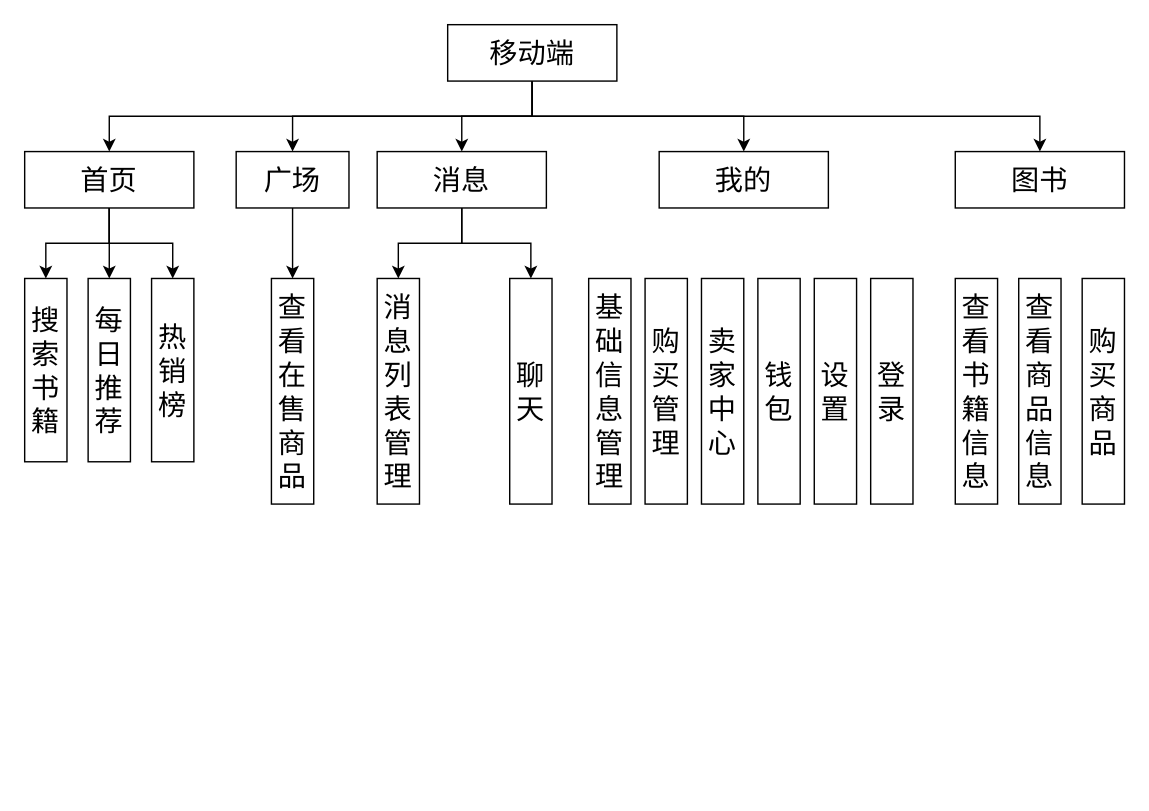
The draw.io diagram Untitled Diagram.drawio in ylsAbyss/Top_down, before the edit. Source tidied: cells renumbered, new cells numbered last; positions are measured from the earlier drawing's top-left corner, leaving out a move shared by most shapes. Both pictures are drawn from the tidied source at 141%, with x=0, y=0 at pixel (24, 24).
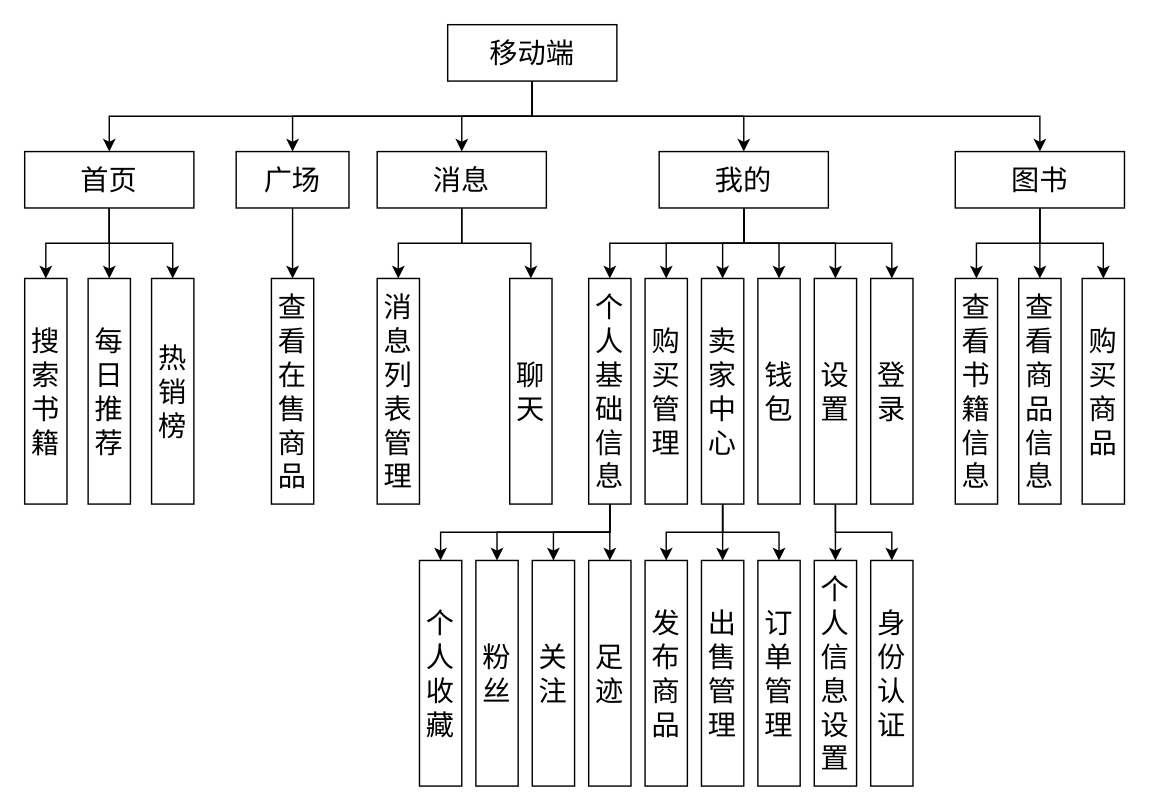
The same page after the edit.

The change refers to these unchanged cells:
```xml
<mxCell id="17" value="我的" style="rounded=0;whiteSpace=wrap;html=1;fontSize=20;" parent="1" vertex="1">
  <mxGeometry x="450" y="90" width="120" height="40" as="geometry" />
</mxCell>
<mxCell id="18" value="图书" style="rounded=0;whiteSpace=wrap;html=1;fontSize=20;" parent="1" vertex="1">
  <mxGeometry x="660" y="90" width="120" height="40" as="geometry" />
</mxCell>
<mxCell id="26" value="购买管理" style="rounded=0;whiteSpace=wrap;html=1;fontSize=20;" parent="1" vertex="1">
  <mxGeometry x="440" y="180" width="30" height="160" as="geometry" />
</mxCell>
<mxCell id="27" value="卖家中心" style="rounded=0;whiteSpace=wrap;html=1;fontSize=20;" parent="1" vertex="1">
  <mxGeometry x="480" y="180" width="30" height="160" as="geometry" />
</mxCell>
<mxCell id="28" value="钱包" style="rounded=0;whiteSpace=wrap;html=1;fontSize=20;" parent="1" vertex="1">
  <mxGeometry x="520" y="180" width="30" height="160" as="geometry" />
</mxCell>
<mxCell id="29" value="设置" style="rounded=0;whiteSpace=wrap;html=1;fontSize=20;" parent="1" vertex="1">
  <mxGeometry x="560" y="180" width="30" height="160" as="geometry" />
</mxCell>
<mxCell id="30" value="登录" style="rounded=0;whiteSpace=wrap;html=1;fontSize=20;" parent="1" vertex="1">
  <mxGeometry x="600" y="180" width="30" height="160" as="geometry" />
</mxCell>
<mxCell id="31" value="查看书籍信息" style="rounded=0;whiteSpace=wrap;html=1;fontSize=20;" parent="1" vertex="1">
  <mxGeometry x="660" y="180" width="30" height="160" as="geometry" />
</mxCell>
<mxCell id="32" value="查看商品信息" style="rounded=0;whiteSpace=wrap;html=1;fontSize=20;" parent="1" vertex="1">
  <mxGeometry x="705" y="180" width="30" height="160" as="geometry" />
</mxCell>
<mxCell id="33" value="购买商品" style="rounded=0;whiteSpace=wrap;html=1;fontSize=20;" parent="1" vertex="1">
  <mxGeometry x="750" y="180" width="30" height="160" as="geometry" />
</mxCell>
```

Diff of the diagram source:
```diff
@@
+    <mxCell id="34" style="edgeStyle=orthogonalEdgeStyle;rounded=0;jettySize=auto;html=1;exitX=0.5;exitY=1;exitDx=0;exitDy=0;entryX=0.5;entryY=0;entryDx=0;entryDy=0;fontSize=20;" parent="1" edge="1" source="17" target="25">
+      <mxGeometry relative="1" as="geometry" />
+    </mxCell>
+    <mxCell id="35" style="edgeStyle=orthogonalEdgeStyle;rounded=0;jettySize=auto;html=1;exitX=0.5;exitY=1;exitDx=0;exitDy=0;entryX=0.5;entryY=0;entryDx=0;entryDy=0;fontSize=20;" parent="1" edge="1" source="17" target="26">
+      <mxGeometry relative="1" as="geometry" />
+    </mxCell>
+    <mxCell id="36" style="edgeStyle=orthogonalEdgeStyle;rounded=0;jettySize=auto;html=1;exitX=0.5;exitY=1;exitDx=0;exitDy=0;entryX=0.5;entryY=0;entryDx=0;entryDy=0;fontSize=20;" parent="1" edge="1" source="17" target="30">
+      <mxGeometry relative="1" as="geometry" />
+    </mxCell>
+    <mxCell id="37" style="edgeStyle=orthogonalEdgeStyle;rounded=0;jettySize=auto;html=1;exitX=0.5;exitY=1;exitDx=0;exitDy=0;entryX=0.5;entryY=0;entryDx=0;entryDy=0;fontSize=20;" parent="1" edge="1" source="17" target="29">
+      <mxGeometry relative="1" as="geometry" />
+    </mxCell>
+    <mxCell id="38" style="edgeStyle=orthogonalEdgeStyle;rounded=0;jettySize=auto;html=1;exitX=0.5;exitY=1;exitDx=0;exitDy=0;entryX=0.5;entryY=0;entryDx=0;entryDy=0;fontSize=20;" parent="1" edge="1" source="17" target="28">
+      <mxGeometry relative="1" as="geometry" />
+    </mxCell>
+    <mxCell id="39" style="edgeStyle=orthogonalEdgeStyle;rounded=0;jettySize=auto;html=1;exitX=0.5;exitY=1;exitDx=0;exitDy=0;entryX=0.5;entryY=0;entryDx=0;entryDy=0;fontSize=20;" parent="1" edge="1" source="17" target="27">
+      <mxGeometry relative="1" as="geometry" />
+    </mxCell>
@@
+    <mxCell id="40" style="edgeStyle=orthogonalEdgeStyle;rounded=0;jettySize=auto;html=1;exitX=0.5;exitY=1;exitDx=0;exitDy=0;fontSize=20;" parent="1" edge="1" source="18" target="31">
+      <mxGeometry relative="1" as="geometry" />
+    </mxCell>
+    <mxCell id="41" style="edgeStyle=orthogonalEdgeStyle;rounded=0;jettySize=auto;html=1;exitX=0.5;exitY=1;exitDx=0;exitDy=0;entryX=0.5;entryY=0;entryDx=0;entryDy=0;fontSize=20;" parent="1" edge="1" source="18" target="32">
+      <mxGeometry relative="1" as="geometry" />
+    </mxCell>
+    <mxCell id="42" style="edgeStyle=orthogonalEdgeStyle;rounded=0;jettySize=auto;html=1;exitX=0.5;exitY=1;exitDx=0;exitDy=0;entryX=0.5;entryY=0;entryDx=0;entryDy=0;fontSize=20;" parent="1" edge="1" source="18" target="33">
+      <mxGeometry relative="1" as="geometry" />
+    </mxCell>
@@
     <mxCell id="19" value="搜索书籍" style="rounded=0;whiteSpace=wrap;html=1;fontSize=20;" parent="1" vertex="1">
-      <mxGeometry y="180" width="30" height="130" as="geometry" />
+      <mxGeometry y="180" width="30" height="160" as="geometry" />
     </mxCell>
     <mxCell id="20" value="每日推荐" style="rounded=0;whiteSpace=wrap;html=1;fontSize=20;" parent="1" vertex="1">
-      <mxGeometry x="45" y="180" width="30" height="130" as="geometry" />
+      <mxGeometry x="45" y="180" width="30" height="160" as="geometry" />
     </mxCell>
     <mxCell id="21" value="热销榜" style="rounded=0;whiteSpace=wrap;html=1;fontSize=20;" parent="1" vertex="1">
-      <mxGeometry x="90" y="180" width="30" height="130" as="geometry" />
+      <mxGeometry x="90" y="180" width="30" height="160" as="geometry" />
     </mxCell>
@@
+    <mxCell id="43" style="edgeStyle=orthogonalEdgeStyle;rounded=0;jettySize=auto;html=1;exitX=0.5;exitY=1;exitDx=0;exitDy=0;fontSize=20;" parent="1" edge="1" source="25" target="52">
+      <mxGeometry relative="1" as="geometry" />
+    </mxCell>
+    <mxCell id="44" style="edgeStyle=orthogonalEdgeStyle;rounded=0;jettySize=auto;html=1;exitX=0.5;exitY=1;exitDx=0;exitDy=0;fontSize=20;" parent="1" edge="1" source="25" target="54">
+      <mxGeometry relative="1" as="geometry" />
+    </mxCell>
+    <mxCell id="45" style="edgeStyle=orthogonalEdgeStyle;rounded=0;jettySize=auto;html=1;exitX=0.5;exitY=1;exitDx=0;exitDy=0;fontSize=20;" parent="1" edge="1" source="25" target="53">
+      <mxGeometry relative="1" as="geometry" />
+    </mxCell>
+    <mxCell id="46" style="edgeStyle=orthogonalEdgeStyle;rounded=0;jettySize=auto;html=1;exitX=0.5;exitY=1;exitDx=0;exitDy=0;fontSize=20;" parent="1" edge="1" source="25" target="55">
+      <mxGeometry relative="1" as="geometry" />
+    </mxCell>
-    <mxCell id="25" value="基础信息管理" style="rounded=0;whiteSpace=wrap;html=1;fontSize=20;" parent="1" vertex="1">
+    <mxCell id="25" value="个人基础信息" style="rounded=0;whiteSpace=wrap;html=1;fontSize=20;" parent="1" vertex="1">
       <mxGeometry x="400" y="180" width="30" height="160" as="geometry" />
     </mxCell>
@@
+    <mxCell id="47" style="edgeStyle=orthogonalEdgeStyle;rounded=0;jettySize=auto;html=1;exitX=0.5;exitY=1;exitDx=0;exitDy=0;entryX=0.5;entryY=0;entryDx=0;entryDy=0;fontSize=20;" parent="1" edge="1" source="27" target="56">
+      <mxGeometry relative="1" as="geometry" />
+    </mxCell>
+    <mxCell id="48" style="edgeStyle=orthogonalEdgeStyle;rounded=0;jettySize=auto;html=1;exitX=0.5;exitY=1;exitDx=0;exitDy=0;entryX=0.5;entryY=0;entryDx=0;entryDy=0;fontSize=20;" parent="1" edge="1" source="27" target="57">
+      <mxGeometry relative="1" as="geometry" />
+    </mxCell>
+    <mxCell id="49" style="edgeStyle=orthogonalEdgeStyle;rounded=0;jettySize=auto;html=1;exitX=0.5;exitY=1;exitDx=0;exitDy=0;entryX=0.5;entryY=0;entryDx=0;entryDy=0;fontSize=20;" parent="1" edge="1" source="27" target="58">
+      <mxGeometry relative="1" as="geometry" />
+    </mxCell>
@@
+    <mxCell id="50" style="edgeStyle=orthogonalEdgeStyle;rounded=0;jettySize=auto;html=1;exitX=0.5;exitY=1;exitDx=0;exitDy=0;entryX=0.5;entryY=0;entryDx=0;entryDy=0;fontSize=20;" parent="1" edge="1" source="29" target="59">
+      <mxGeometry relative="1" as="geometry" />
+    </mxCell>
+    <mxCell id="51" style="edgeStyle=orthogonalEdgeStyle;rounded=0;jettySize=auto;html=1;exitX=0.5;exitY=1;exitDx=0;exitDy=0;fontSize=20;" parent="1" edge="1" source="29" target="60">
+      <mxGeometry relative="1" as="geometry" />
+    </mxCell>
@@
+    <mxCell id="52" value="个人收藏" style="rounded=0;whiteSpace=wrap;html=1;fontSize=20;" parent="1" vertex="1">
+      <mxGeometry x="280" y="380" width="30" height="160" as="geometry" />
+    </mxCell>
+    <mxCell id="53" value="粉丝" style="rounded=0;whiteSpace=wrap;html=1;fontSize=20;" parent="1" vertex="1">
+      <mxGeometry x="320" y="380" width="30" height="160" as="geometry" />
+    </mxCell>
+    <mxCell id="54" value="关注" style="rounded=0;whiteSpace=wrap;html=1;fontSize=20;" parent="1" vertex="1">
+      <mxGeometry x="360" y="380" width="30" height="160" as="geometry" />
+    </mxCell>
+    <mxCell id="55" value="足迹" style="rounded=0;whiteSpace=wrap;html=1;fontSize=20;" parent="1" vertex="1">
+      <mxGeometry x="400" y="380" width="30" height="160" as="geometry" />
+    </mxCell>
+    <mxCell id="56" value="发布商品" style="rounded=0;whiteSpace=wrap;html=1;fontSize=20;" parent="1" vertex="1">
+      <mxGeometry x="440" y="380" width="30" height="160" as="geometry" />
+    </mxCell>
+    <mxCell id="57" value="出售管理" style="rounded=0;whiteSpace=wrap;html=1;fontSize=20;" parent="1" vertex="1">
+      <mxGeometry x="480" y="380" width="30" height="160" as="geometry" />
+    </mxCell>
+    <mxCell id="58" value="订单管理" style="rounded=0;whiteSpace=wrap;html=1;fontSize=20;" parent="1" vertex="1">
+      <mxGeometry x="520" y="380" width="30" height="160" as="geometry" />
+    </mxCell>
+    <mxCell id="59" value="个人信息设置" style="rounded=0;whiteSpace=wrap;html=1;fontSize=20;" parent="1" vertex="1">
+      <mxGeometry x="560" y="380" width="30" height="160" as="geometry" />
+    </mxCell>
+    <mxCell id="60" value="身份认证" style="rounded=0;whiteSpace=wrap;html=1;fontSize=20;" parent="1" vertex="1">
+      <mxGeometry x="600" y="380" width="30" height="160" as="geometry" />
+    </mxCell>
```
